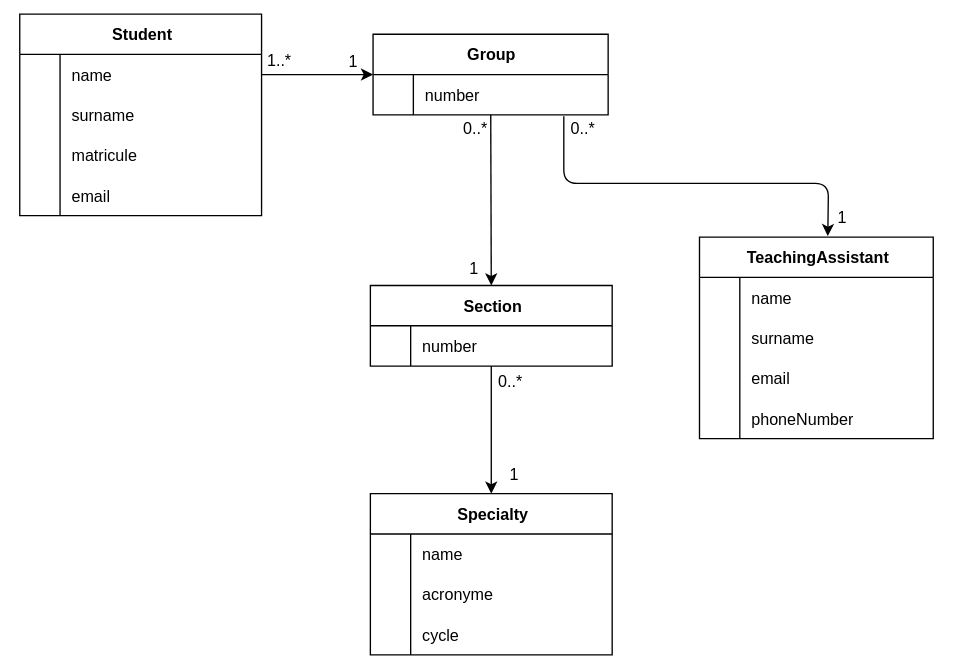
Earlier version of the draw.io export media/pedagogical_structure.svg (mannara-org/WhatAreTheyWorth). Source tidied: cells renumbered, new cells last; positions are measured from the earlier drawing's top-left corner, leaving out a move shared by most shapes.
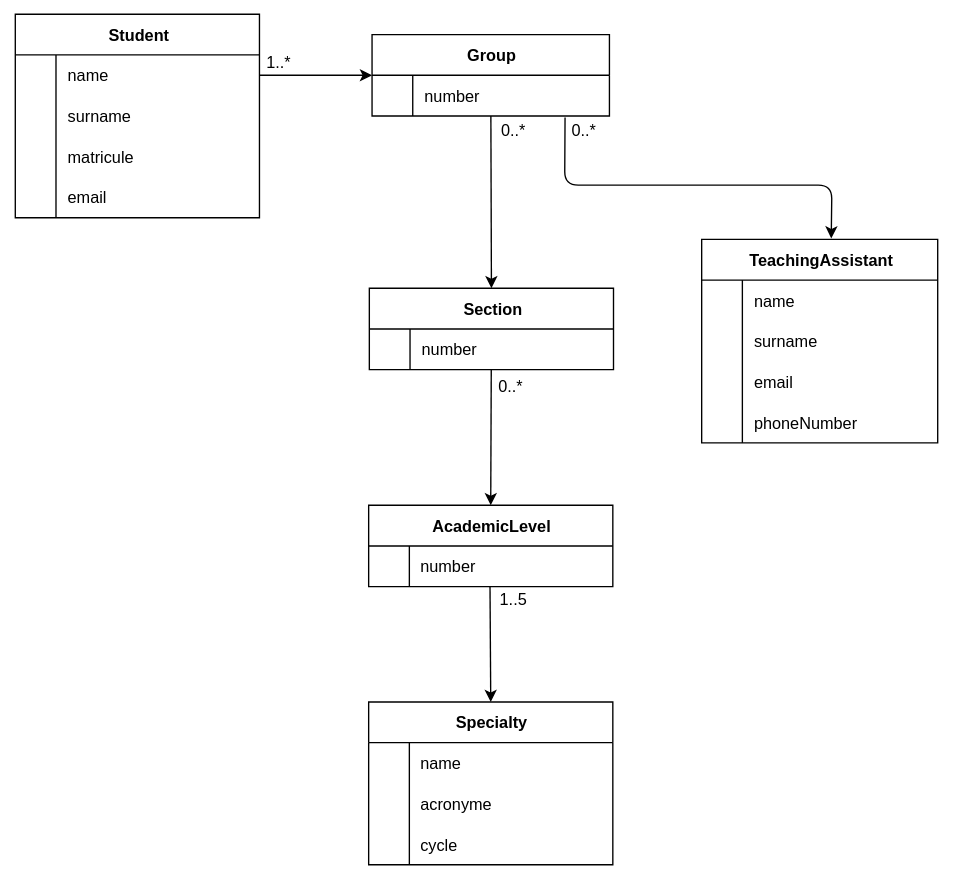
Above is the later version.

Change to the diagram source:
```diff
@@ -7,27 +7,27 @@
     </mxCell>
-    <mxCell id="3" style="shape=tableRow;horizontal=0;startSize=0;swimlaneHead=0;swimlaneBody=0;fillColor=none;points=[[0,0.5],[1,0.5]];portConstraint=eastwest;top=0;left=0;right=0;bottom=0;" parent="2" vertex="1">
-      <mxGeometry y="30" width="180" height="30" as="geometry" />
-    </mxCell>
-    <mxCell id="4" style="shape=partialRectangle;fillColor=none;top=0;left=0;bottom=0;right=0;overflow=hidden;whiteSpace=wrap;html=1;" parent="3" vertex="1">
-      <mxGeometry width="30" height="30" as="geometry" />
-    </mxCell>
-    <mxCell id="5" value="name" style="shape=partialRectangle;fillColor=none;top=0;left=0;bottom=0;right=0;align=left;spacingLeft=6;overflow=hidden;whiteSpace=wrap;html=1;" parent="3" vertex="1">
-      <mxGeometry x="30" width="150" height="30" as="geometry" />
-    </mxCell>
-    <mxCell id="6" style="shape=tableRow;horizontal=0;startSize=0;swimlaneHead=0;swimlaneBody=0;fillColor=none;top=0;left=0;right=0;bottom=0;" parent="2" vertex="1">
-      <mxGeometry y="60" width="180" height="30" as="geometry" />
-    </mxCell>
-    <mxCell id="7" style="shape=partialRectangle;fillColor=none;top=0;left=0;bottom=0;right=0;overflow=hidden;whiteSpace=wrap;html=1;" parent="6" vertex="1">
-      <mxGeometry width="30" height="30" as="geometry" />
-    </mxCell>
+    <mxCell id="58" style="shape=tableRow;horizontal=0;startSize=0;swimlaneHead=0;swimlaneBody=0;fillColor=none;points=[[0,0.5],[1,0.5]];portConstraint=eastwest;top=0;left=0;right=0;bottom=0;" parent="2" vertex="1">
+      <mxGeometry y="30" width="180" height="30" as="geometry" />
+    </mxCell>
+    <mxCell id="59" style="shape=partialRectangle;fillColor=none;top=0;left=0;bottom=0;right=0;overflow=hidden;whiteSpace=wrap;html=1;" parent="58" vertex="1">
+      <mxGeometry width="30" height="30" as="geometry" />
+    </mxCell>
+    <mxCell id="60" value="name" style="shape=partialRectangle;fillColor=none;top=0;left=0;bottom=0;right=0;align=left;spacingLeft=6;overflow=hidden;whiteSpace=wrap;html=1;" parent="58" vertex="1">
+      <mxGeometry x="30" width="150" height="30" as="geometry" />
+    </mxCell>
+    <mxCell id="61" style="shape=tableRow;horizontal=0;startSize=0;swimlaneHead=0;swimlaneBody=0;fillColor=none;top=0;left=0;right=0;bottom=0;" parent="2" vertex="1">
+      <mxGeometry y="60" width="180" height="30" as="geometry" />
+    </mxCell>
+    <mxCell id="62" style="shape=partialRectangle;fillColor=none;top=0;left=0;bottom=0;right=0;overflow=hidden;whiteSpace=wrap;html=1;" parent="61" vertex="1">
+      <mxGeometry width="30" height="30" as="geometry" />
+    </mxCell>
-    <mxCell id="8" value="surname" style="shape=partialRectangle;fillColor=none;top=0;left=0;bottom=0;right=0;align=left;spacingLeft=6;overflow=hidden;whiteSpace=wrap;html=1;" parent="6" vertex="1">
+    <mxCell id="8" value="surname" style="shape=partialRectangle;fillColor=none;top=0;left=0;bottom=0;right=0;align=left;spacingLeft=6;overflow=hidden;whiteSpace=wrap;html=1;" parent="61" vertex="1">
       <mxGeometry x="30" width="150" height="30" as="geometry" />
     </mxCell>
-    <mxCell id="9" style="shape=tableRow;horizontal=0;startSize=0;swimlaneHead=0;swimlaneBody=0;fillColor=none;top=0;left=0;right=0;bottom=0;" parent="2" vertex="1">
-      <mxGeometry y="90" width="180" height="30" as="geometry" />
-    </mxCell>
-    <mxCell id="10" style="shape=partialRectangle;fillColor=none;top=0;left=0;bottom=0;right=0;overflow=hidden;whiteSpace=wrap;html=1;" parent="9" vertex="1">
-      <mxGeometry width="30" height="30" as="geometry" />
-    </mxCell>
+    <mxCell id="63" style="shape=tableRow;horizontal=0;startSize=0;swimlaneHead=0;swimlaneBody=0;fillColor=none;top=0;left=0;right=0;bottom=0;" parent="2" vertex="1">
+      <mxGeometry y="90" width="180" height="30" as="geometry" />
+    </mxCell>
+    <mxCell id="64" style="shape=partialRectangle;fillColor=none;top=0;left=0;bottom=0;right=0;overflow=hidden;whiteSpace=wrap;html=1;" parent="63" vertex="1">
+      <mxGeometry width="30" height="30" as="geometry" />
+    </mxCell>
-    <mxCell id="11" value="matricule" style="shape=partialRectangle;fillColor=none;top=0;left=0;bottom=0;right=0;align=left;spacingLeft=6;overflow=hidden;whiteSpace=wrap;html=1;" parent="9" vertex="1">
+    <mxCell id="11" value="matricule" style="shape=partialRectangle;fillColor=none;top=0;left=0;bottom=0;right=0;align=left;spacingLeft=6;overflow=hidden;whiteSpace=wrap;html=1;" parent="63" vertex="1">
       <mxGeometry x="30" width="150" height="30" as="geometry" />
@@ -37,5 +37,5 @@
     </mxCell>
-    <mxCell id="13" style="shape=partialRectangle;fillColor=none;top=0;left=0;bottom=0;right=0;overflow=hidden;whiteSpace=wrap;html=1;" parent="12" vertex="1">
-      <mxGeometry width="30" height="30" as="geometry" />
-    </mxCell>
+    <mxCell id="65" style="shape=partialRectangle;fillColor=none;top=0;left=0;bottom=0;right=0;overflow=hidden;whiteSpace=wrap;html=1;" parent="12" vertex="1">
+      <mxGeometry width="30" height="30" as="geometry" />
+    </mxCell>
     <mxCell id="14" value="email" style="shape=partialRectangle;fillColor=none;top=0;left=0;bottom=0;right=0;align=left;spacingLeft=6;overflow=hidden;whiteSpace=wrap;html=1;" parent="12" vertex="1">
@@ -43,2 +43,10 @@
     </mxCell>
+    <mxCell id="66" style="edgeStyle=none;html=1;endArrow=classic;endFill=1;entryX=0.549;entryY=-0.005;entryDx=0;entryDy=0;entryPerimeter=0;exitX=0.813;exitY=1.038;exitDx=0;exitDy=0;exitPerimeter=0;" parent="1" edge="1" source="17" target="43">
+      <mxGeometry relative="1" as="geometry">
+        <Array as="points">
+          <mxPoint x="405" y="126" />
+          <mxPoint x="602" y="126" />
+        </Array>
+      </mxGeometry>
+    </mxCell>
     <mxCell id="15" style="edgeStyle=none;html=1;entryX=0.5;entryY=0;entryDx=0;entryDy=0;" parent="1" edge="1" source="16" target="36">
@@ -52,5 +60,5 @@
     </mxCell>
-    <mxCell id="18" style="shape=partialRectangle;fillColor=none;top=0;left=0;bottom=0;right=0;overflow=hidden;whiteSpace=wrap;html=1;" parent="17" vertex="1">
-      <mxGeometry width="30" height="30" as="geometry" />
-    </mxCell>
+    <mxCell id="67" style="shape=partialRectangle;fillColor=none;top=0;left=0;bottom=0;right=0;overflow=hidden;whiteSpace=wrap;html=1;" parent="17" vertex="1">
+      <mxGeometry width="30" height="30" as="geometry" />
+    </mxCell>
     <mxCell id="19" value="number" style="shape=partialRectangle;fillColor=none;top=0;left=0;bottom=0;right=0;align=left;spacingLeft=6;overflow=hidden;whiteSpace=wrap;html=1;" parent="17" vertex="1">
@@ -58,77 +66,38 @@
     </mxCell>
-    <mxCell id="20" style="edgeStyle=none;html=1;entryX=0;entryY=0.5;entryDx=0;entryDy=0;align=center;spacingLeft=0;endArrow=classic;endFill=1;" parent="1" edge="1" source="3" target="16">
-      <mxGeometry relative="1" as="geometry" />
-    </mxCell>
+    <mxCell id="68" style="edgeStyle=none;html=1;entryX=0;entryY=0.5;entryDx=0;entryDy=0;align=center;spacingLeft=0;endArrow=classic;endFill=1;" parent="1" edge="1" source="58" target="16">
+      <mxGeometry relative="1" as="geometry" />
+    </mxCell>
     <mxCell id="21" value="1..*" style="text;html=1;align=center;verticalAlign=middle;strokeColor=none;fillColor=none;" parent="1" vertex="1">
-      <mxGeometry x="172" y="19" width="40" height="30" as="geometry" />
+      <mxGeometry x="173" y="20" width="40" height="30" as="geometry" />
     </mxCell>
-    <mxCell id="22" value="1" style="text;html=1;align=center;verticalAlign=middle;strokeColor=none;fillColor=none;" parent="1" vertex="1">
-      <mxGeometry x="232" y="20" width="30" height="30" as="geometry" />
-    </mxCell>
     <mxCell id="23" value="Specialty" style="shape=table;startSize=30;rowLines=0;fontStyle=1;align=center;html=1;" parent="1" vertex="1">
-      <mxGeometry x="261" y="357" width="180" height="120" as="geometry" />
+      <mxGeometry x="260.5" y="507" width="180" height="120" as="geometry" />
     </mxCell>
-    <mxCell id="24" style="shape=tableRow;horizontal=0;startSize=0;swimlaneHead=0;swimlaneBody=0;fillColor=none;top=0;left=0;right=0;bottom=0;" parent="23" vertex="1">
-      <mxGeometry y="30" width="180" height="30" as="geometry" />
-    </mxCell>
-    <mxCell id="25" style="shape=partialRectangle;fillColor=none;top=0;left=0;bottom=0;right=0;overflow=hidden;whiteSpace=wrap;html=1;" parent="24" vertex="1">
-      <mxGeometry width="30" height="30" as="geometry" />
-    </mxCell>
-    <mxCell id="26" value="name" style="shape=partialRectangle;fillColor=none;top=0;left=0;bottom=0;right=0;align=left;spacingLeft=6;overflow=hidden;whiteSpace=wrap;html=1;" parent="24" vertex="1">
-      <mxGeometry x="30" width="150" height="30" as="geometry" />
-    </mxCell>
-    <mxCell id="27" style="shape=tableRow;horizontal=0;startSize=0;swimlaneHead=0;swimlaneBody=0;fillColor=none;top=0;left=0;right=0;bottom=0;" parent="23" vertex="1">
-      <mxGeometry y="60" width="180" height="30" as="geometry" />
-    </mxCell>
-    <mxCell id="28" style="shape=partialRectangle;fillColor=none;top=0;left=0;bottom=0;right=0;overflow=hidden;whiteSpace=wrap;html=1;" parent="27" vertex="1">
-      <mxGeometry width="30" height="30" as="geometry" />
-    </mxCell>
+    <mxCell id="69" style="shape=tableRow;horizontal=0;startSize=0;swimlaneHead=0;swimlaneBody=0;fillColor=none;top=0;left=0;right=0;bottom=0;" parent="23" vertex="1">
+      <mxGeometry y="30" width="180" height="30" as="geometry" />
+    </mxCell>
+    <mxCell id="70" style="shape=partialRectangle;fillColor=none;top=0;left=0;bottom=0;right=0;overflow=hidden;whiteSpace=wrap;html=1;" parent="69" vertex="1">
+      <mxGeometry width="30" height="30" as="geometry" />
+    </mxCell>
+    <mxCell id="71" value="name" style="shape=partialRectangle;fillColor=none;top=0;left=0;bottom=0;right=0;align=left;spacingLeft=6;overflow=hidden;whiteSpace=wrap;html=1;" parent="69" vertex="1">
+      <mxGeometry x="30" width="150" height="30" as="geometry" />
+    </mxCell>
+    <mxCell id="72" style="shape=tableRow;horizontal=0;startSize=0;swimlaneHead=0;swimlaneBody=0;fillColor=none;top=0;left=0;right=0;bottom=0;" parent="23" vertex="1">
+      <mxGeometry y="60" width="180" height="30" as="geometry" />
+    </mxCell>
+    <mxCell id="73" style="shape=partialRectangle;fillColor=none;top=0;left=0;bottom=0;right=0;overflow=hidden;whiteSpace=wrap;html=1;" parent="72" vertex="1">
+      <mxGeometry width="30" height="30" as="geometry" />
+    </mxCell>
-    <mxCell id="29" value="acronyme" style="shape=partialRectangle;fillColor=none;top=0;left=0;bottom=0;right=0;align=left;spacingLeft=6;overflow=hidden;whiteSpace=wrap;html=1;" parent="27" vertex="1">
+    <mxCell id="29" value="acronyme" style="shape=partialRectangle;fillColor=none;top=0;left=0;bottom=0;right=0;align=left;spacingLeft=6;overflow=hidden;whiteSpace=wrap;html=1;" parent="72" vertex="1">
       <mxGeometry x="30" width="150" height="30" as="geometry" />
     </mxCell>
-    <mxCell id="30" style="shape=tableRow;horizontal=0;startSize=0;swimlaneHead=0;swimlaneBody=0;fillColor=none;top=0;left=0;right=0;bottom=0;" parent="23" vertex="1">
-      <mxGeometry y="90" width="180" height="30" as="geometry" />
-    </mxCell>
-    <mxCell id="31" style="shape=partialRectangle;fillColor=none;top=0;left=0;bottom=0;right=0;overflow=hidden;whiteSpace=wrap;html=1;" parent="30" vertex="1">
-      <mxGeometry width="30" height="30" as="geometry" />
-    </mxCell>
+    <mxCell id="74" style="shape=tableRow;horizontal=0;startSize=0;swimlaneHead=0;swimlaneBody=0;fillColor=none;top=0;left=0;right=0;bottom=0;" parent="23" vertex="1">
+      <mxGeometry y="90" width="180" height="30" as="geometry" />
+    </mxCell>
+    <mxCell id="75" style="shape=partialRectangle;fillColor=none;top=0;left=0;bottom=0;right=0;overflow=hidden;whiteSpace=wrap;html=1;" parent="74" vertex="1">
+      <mxGeometry width="30" height="30" as="geometry" />
+    </mxCell>
-    <mxCell id="32" value="cycle" style="shape=partialRectangle;fillColor=none;top=0;left=0;bottom=0;right=0;align=left;spacingLeft=6;overflow=hidden;whiteSpace=wrap;html=1;" parent="30" vertex="1">
+    <mxCell id="32" value="cycle" style="shape=partialRectangle;fillColor=none;top=0;left=0;bottom=0;right=0;align=left;spacingLeft=6;overflow=hidden;whiteSpace=wrap;html=1;" parent="74" vertex="1">
       <mxGeometry x="30" width="150" height="30" as="geometry" />
     </mxCell>
-    <mxCell id="33" value="0..*" style="text;html=1;align=center;verticalAlign=middle;strokeColor=none;fillColor=none;" parent="1" vertex="1">
-      <mxGeometry x="318" y="70" width="40" height="30" as="geometry" />
-    </mxCell>
-    <mxCell id="34" value="1" style="text;html=1;align=center;verticalAlign=middle;strokeColor=none;fillColor=none;" parent="1" vertex="1">
-      <mxGeometry x="352" y="327" width="30" height="30" as="geometry" />
-    </mxCell>
-    <mxCell id="35" style="edgeStyle=none;html=1;entryX=0.5;entryY=0;entryDx=0;entryDy=0;" parent="1" edge="1" source="36" target="23">
-      <mxGeometry relative="1" as="geometry" />
-    </mxCell>
-    <mxCell id="36" value="Section" style="shape=table;startSize=30;rowLines=0;fontStyle=1;align=center;html=1;" parent="1" vertex="1">
-      <mxGeometry x="261" y="202" width="180" height="60" as="geometry" />
-    </mxCell>
-    <mxCell id="37" style="shape=tableRow;horizontal=0;startSize=0;swimlaneHead=0;swimlaneBody=0;fillColor=none;top=0;left=0;right=0;bottom=0;" parent="36" vertex="1">
-      <mxGeometry y="30" width="180" height="30" as="geometry" />
-    </mxCell>
-    <mxCell id="38" style="shape=partialRectangle;fillColor=none;top=0;left=0;bottom=0;right=0;overflow=hidden;whiteSpace=wrap;html=1;" parent="37" vertex="1">
-      <mxGeometry width="30" height="30" as="geometry" />
-    </mxCell>
-    <mxCell id="39" value="number" style="shape=partialRectangle;fillColor=none;top=0;left=0;bottom=0;right=0;align=left;spacingLeft=6;overflow=hidden;whiteSpace=wrap;html=1;" parent="37" vertex="1">
-      <mxGeometry x="30" width="150" height="30" as="geometry" />
-    </mxCell>
-    <mxCell id="40" value="1" style="text;html=1;align=center;verticalAlign=middle;strokeColor=none;fillColor=none;" parent="1" vertex="1">
-      <mxGeometry x="322" y="174" width="30" height="30" as="geometry" />
-    </mxCell>
-    <mxCell id="41" value="0..*" style="text;html=1;align=center;verticalAlign=middle;strokeColor=none;fillColor=none;" parent="1" vertex="1">
-      <mxGeometry x="344" y="258" width="40" height="30" as="geometry" />
-    </mxCell>
-    <mxCell id="42" style="edgeStyle=none;html=1;endArrow=classic;endFill=1;entryX=0.549;entryY=-0.005;entryDx=0;entryDy=0;entryPerimeter=0;exitX=0.813;exitY=1.038;exitDx=0;exitDy=0;exitPerimeter=0;" parent="1" edge="1" target="43">
-      <mxGeometry relative="1" as="geometry">
-        <mxPoint x="405" y="76" as="sourcePoint" />
-        <Array as="points">
-          <mxPoint x="405" y="126" />
-          <mxPoint x="602" y="126" />
-        </Array>
-      </mxGeometry>
-    </mxCell>
     <mxCell id="43" value="TeachingAssistant" style="shape=table;startSize=30;rowLines=0;fontStyle=1;align=center;html=1;" parent="1" vertex="1">
@@ -139,5 +108,5 @@
     </mxCell>
-    <mxCell id="45" style="shape=partialRectangle;fillColor=none;top=0;left=0;bottom=0;right=0;overflow=hidden;whiteSpace=wrap;html=1;" parent="44" vertex="1">
-      <mxGeometry width="30" height="30" as="geometry" />
-    </mxCell>
+    <mxCell id="76" style="shape=partialRectangle;fillColor=none;top=0;left=0;bottom=0;right=0;overflow=hidden;whiteSpace=wrap;html=1;" parent="44" vertex="1">
+      <mxGeometry width="30" height="30" as="geometry" />
+    </mxCell>
     <mxCell id="46" value="name" style="shape=partialRectangle;fillColor=none;top=0;left=0;bottom=0;right=0;align=left;spacingLeft=6;overflow=hidden;whiteSpace=wrap;html=1;" parent="44" vertex="1">
@@ -148,5 +117,5 @@
     </mxCell>
-    <mxCell id="48" style="shape=partialRectangle;fillColor=none;top=0;left=0;bottom=0;right=0;overflow=hidden;whiteSpace=wrap;html=1;" parent="47" vertex="1">
-      <mxGeometry width="30" height="30" as="geometry" />
-    </mxCell>
+    <mxCell id="77" style="shape=partialRectangle;fillColor=none;top=0;left=0;bottom=0;right=0;overflow=hidden;whiteSpace=wrap;html=1;" parent="47" vertex="1">
+      <mxGeometry width="30" height="30" as="geometry" />
+    </mxCell>
     <mxCell id="49" value="surname" style="shape=partialRectangle;fillColor=none;top=0;left=0;bottom=0;right=0;align=left;spacingLeft=6;overflow=hidden;whiteSpace=wrap;html=1;" parent="47" vertex="1">
@@ -157,5 +126,5 @@
     </mxCell>
-    <mxCell id="51" style="shape=partialRectangle;fillColor=none;top=0;left=0;bottom=0;right=0;overflow=hidden;whiteSpace=wrap;html=1;" parent="50" vertex="1">
-      <mxGeometry width="30" height="30" as="geometry" />
-    </mxCell>
+    <mxCell id="78" style="shape=partialRectangle;fillColor=none;top=0;left=0;bottom=0;right=0;overflow=hidden;whiteSpace=wrap;html=1;" parent="50" vertex="1">
+      <mxGeometry width="30" height="30" as="geometry" />
+    </mxCell>
     <mxCell id="52" value="email" style="shape=partialRectangle;fillColor=none;top=0;left=0;bottom=0;right=0;align=left;spacingLeft=6;overflow=hidden;whiteSpace=wrap;html=1;" parent="50" vertex="1">
@@ -166,5 +135,5 @@
     </mxCell>
-    <mxCell id="54" style="shape=partialRectangle;fillColor=none;top=0;left=0;bottom=0;right=0;overflow=hidden;whiteSpace=wrap;html=1;" parent="53" vertex="1">
-      <mxGeometry width="30" height="30" as="geometry" />
-    </mxCell>
+    <mxCell id="79" style="shape=partialRectangle;fillColor=none;top=0;left=0;bottom=0;right=0;overflow=hidden;whiteSpace=wrap;html=1;" parent="53" vertex="1">
+      <mxGeometry width="30" height="30" as="geometry" />
+    </mxCell>
     <mxCell id="55" value="phoneNumber" style="shape=partialRectangle;fillColor=none;top=0;left=0;bottom=0;right=0;align=left;spacingLeft=6;overflow=hidden;whiteSpace=wrap;html=1;" parent="53" vertex="1">
@@ -172,2 +141,5 @@
     </mxCell>
+    <mxCell id="80" value="0..*" style="text;html=1;align=center;verticalAlign=middle;strokeColor=none;fillColor=none;" parent="1" vertex="1">
+      <mxGeometry x="346" y="70" width="40" height="30" as="geometry" />
+    </mxCell>
     <mxCell id="56" value="0..*" style="text;html=1;align=center;verticalAlign=middle;strokeColor=none;fillColor=none;" parent="1" vertex="1">
@@ -175,5 +147,38 @@
     </mxCell>
-    <mxCell id="57" value="1" style="text;html=1;align=center;verticalAlign=middle;strokeColor=none;fillColor=none;" parent="1" vertex="1">
-      <mxGeometry x="596" y="136" width="30" height="30" as="geometry" />
-    </mxCell>
+    <mxCell id="81" style="edgeStyle=none;html=1;entryX=0.5;entryY=0;entryDx=0;entryDy=0;exitX=0.497;exitY=0.993;exitDx=0;exitDy=0;exitPerimeter=0;" parent="1" edge="1" source="88" target="23">
+      <mxGeometry relative="1" as="geometry" />
+    </mxCell>
+    <mxCell id="82" style="edgeStyle=none;html=1;entryX=0.5;entryY=0;entryDx=0;entryDy=0;" parent="1" edge="1" source="36" target="87">
+      <mxGeometry relative="1" as="geometry" />
+    </mxCell>
+    <mxCell id="36" value="Section" style="shape=table;startSize=30;rowLines=0;fontStyle=1;align=center;html=1;" parent="1" vertex="1">
+      <mxGeometry x="261" y="202" width="180" height="60" as="geometry" />
+    </mxCell>
+    <mxCell id="83" style="shape=tableRow;horizontal=0;startSize=0;swimlaneHead=0;swimlaneBody=0;fillColor=none;top=0;left=0;right=0;bottom=0;" parent="36" vertex="1">
+      <mxGeometry y="30" width="180" height="30" as="geometry" />
+    </mxCell>
+    <mxCell id="84" style="shape=partialRectangle;fillColor=none;top=0;left=0;bottom=0;right=0;overflow=hidden;whiteSpace=wrap;html=1;" parent="83" vertex="1">
+      <mxGeometry width="30" height="30" as="geometry" />
+    </mxCell>
+    <mxCell id="85" value="number" style="shape=partialRectangle;fillColor=none;top=0;left=0;bottom=0;right=0;align=left;spacingLeft=6;overflow=hidden;whiteSpace=wrap;html=1;" parent="83" vertex="1">
+      <mxGeometry x="30" width="150" height="30" as="geometry" />
+    </mxCell>
+    <mxCell id="86" value="1..5" style="text;html=1;align=center;verticalAlign=middle;strokeColor=none;fillColor=none;" parent="1" vertex="1">
+      <mxGeometry x="346.5" y="416" width="40" height="30" as="geometry" />
+    </mxCell>
+    <mxCell id="87" value="AcademicLevel" style="shape=table;startSize=30;rowLines=0;fontStyle=1;align=center;html=1;" parent="1" vertex="1">
+      <mxGeometry x="260.5" y="362" width="180" height="60" as="geometry" />
+    </mxCell>
+    <mxCell id="88" style="shape=tableRow;horizontal=0;startSize=0;swimlaneHead=0;swimlaneBody=0;fillColor=none;points=[[0,0.5],[1,0.5]];portConstraint=eastwest;top=0;left=0;right=0;bottom=0;" parent="87" vertex="1">
+      <mxGeometry y="30" width="180" height="30" as="geometry" />
+    </mxCell>
+    <mxCell id="89" style="shape=partialRectangle;fillColor=none;top=0;left=0;bottom=0;right=0;overflow=hidden;whiteSpace=wrap;html=1;" parent="88" vertex="1">
+      <mxGeometry width="30" height="30" as="geometry" />
+    </mxCell>
+    <mxCell id="90" value="number" style="shape=partialRectangle;fillColor=none;top=0;left=0;bottom=0;right=0;align=left;spacingLeft=6;overflow=hidden;whiteSpace=wrap;html=1;" parent="88" vertex="1">
+      <mxGeometry x="30" width="150" height="30" as="geometry" />
+    </mxCell>
+    <mxCell id="91" value="0..*" style="text;html=1;align=center;verticalAlign=middle;strokeColor=none;fillColor=none;" parent="1" vertex="1">
+      <mxGeometry x="344" y="259" width="40" height="30" as="geometry" />
+    </mxCell>
   </root>
```
